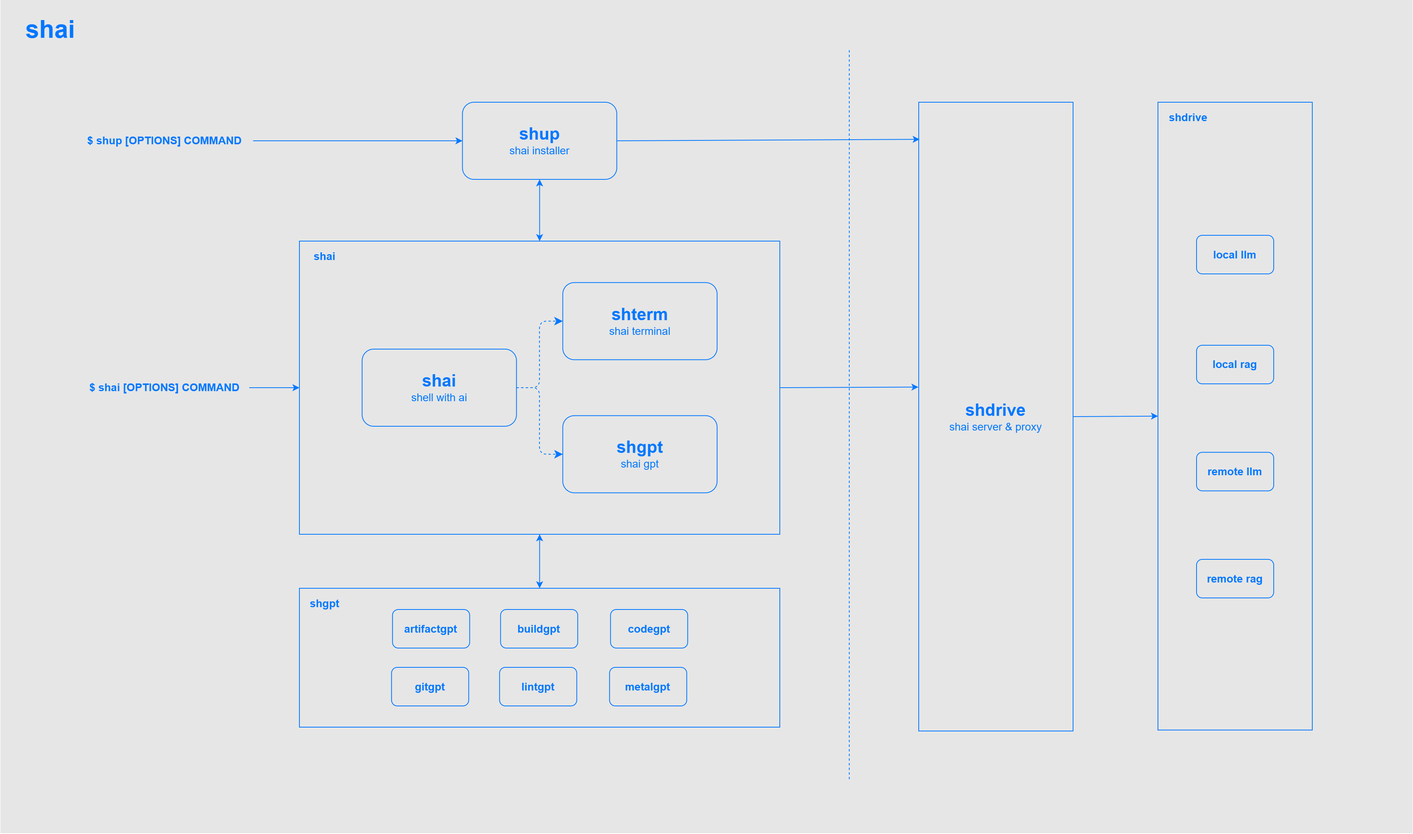
This is profile/arch.png from ai-flowx/.github, a draw.io export, as it was before one commit. Source tidied: cells renumbered, new cells last; positions are measured from the earlier drawing's top-left corner, leaving out a move shared by most shapes.
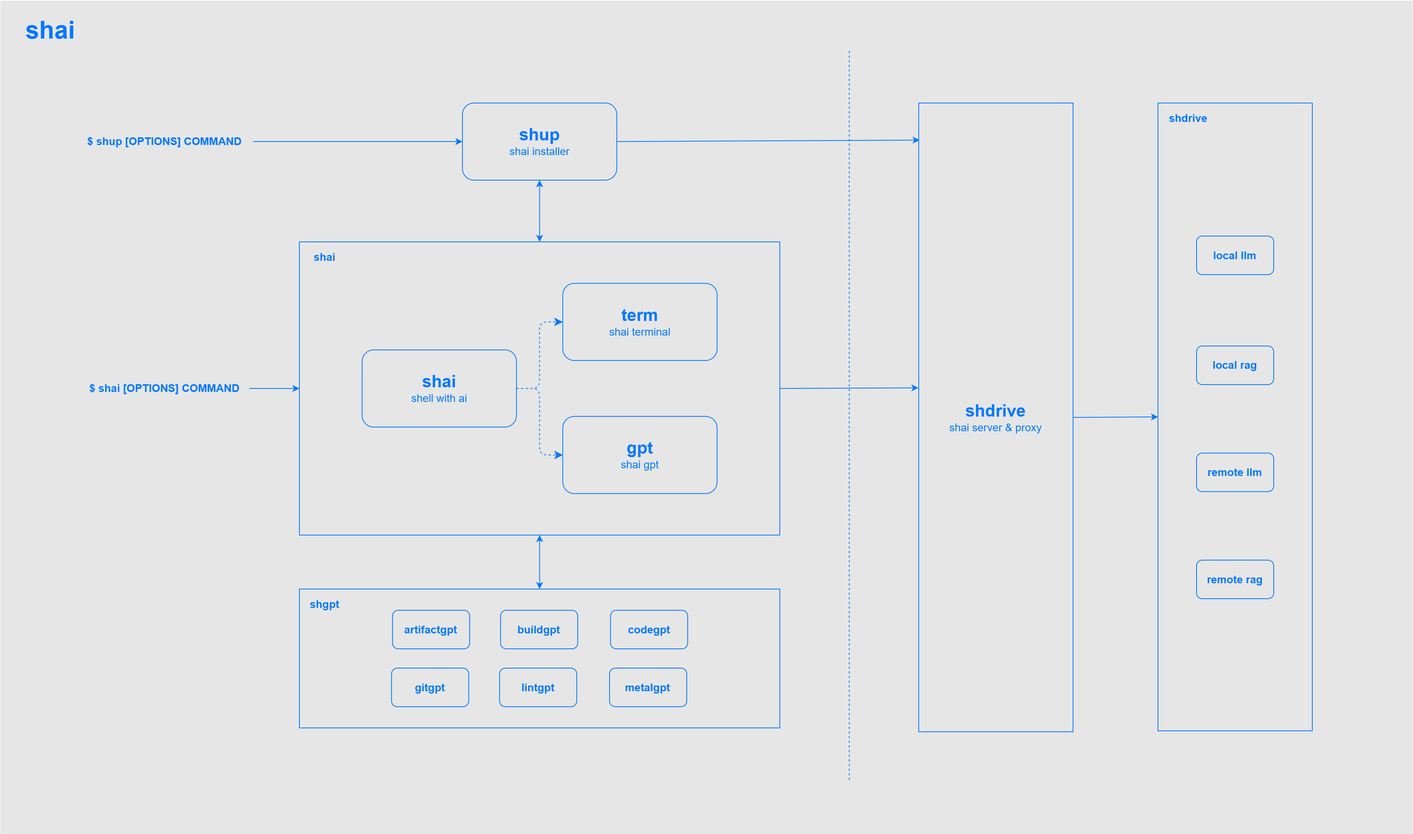
After the commit.

Commit message:
docs(profile): update arch files

The edit, as a diff of the source:
```diff
@@ -29,7 +29,7 @@
     <mxCell id="10" value="&lt;font color=&quot;#0077ff&quot; style=&quot;&quot;&gt;&lt;span style=&quot;font-weight: bold; font-size: 22px;&quot;&gt;shdrive&lt;/span&gt;&lt;br&gt;&lt;font style=&quot;font-size: 14px;&quot;&gt;shai server &amp;amp; proxy&lt;/font&gt;&lt;br&gt;&lt;/font&gt;" style="rounded=0;whiteSpace=wrap;html=1;strokeColor=#0077FF;fillColor=none;shadow=0;" parent="1" vertex="1">
       <mxGeometry x="1190" y="133" width="200" height="815" as="geometry" />
     </mxCell>
-    <mxCell id="11" value="&lt;span style=&quot;border-color: var(--border-color); color: rgb(0, 119, 255); font-weight: bold; font-size: 22px;&quot;&gt;shterm&lt;/span&gt;&lt;br style=&quot;border-color: var(--border-color); color: rgb(0, 119, 255);&quot;&gt;&lt;font style=&quot;border-color: var(--border-color); color: rgb(0, 119, 255); font-size: 14px;&quot;&gt;shai terminal&lt;/font&gt;&lt;font color=&quot;#0077ff&quot; style=&quot;&quot;&gt;&lt;br&gt;&lt;/font&gt;" style="rounded=1;whiteSpace=wrap;html=1;strokeColor=#0077FF;fillColor=none;shadow=0;" parent="1" vertex="1">
+    <mxCell id="11" value="&lt;span style=&quot;border-color: var(--border-color); color: rgb(0, 119, 255); font-weight: bold; font-size: 22px;&quot;&gt;term&lt;/span&gt;&lt;br style=&quot;border-color: var(--border-color); color: rgb(0, 119, 255);&quot;&gt;&lt;font style=&quot;border-color: var(--border-color); color: rgb(0, 119, 255); font-size: 14px;&quot;&gt;shai terminal&lt;/font&gt;&lt;font color=&quot;#0077ff&quot; style=&quot;&quot;&gt;&lt;br&gt;&lt;/font&gt;" style="rounded=1;whiteSpace=wrap;html=1;strokeColor=#0077FF;fillColor=none;shadow=0;" parent="1" vertex="1">
       <mxGeometry x="728.8" y="366.8" width="200" height="100" as="geometry" />
     </mxCell>
     <mxCell id="12" style="endArrow=classic;html=1;fontSize=14;fontColor=#0077FF;entryX=0;entryY=0.5;entryDx=0;entryDy=0;exitX=1;exitY=0.5;exitDx=0;exitDy=0;strokeColor=#0077FF;" parent="1" edge="1" source="7" target="9">
@@ -92,7 +92,7 @@
         <mxPoint x="1100" y="65.5" as="targetPoint" />
       </mxGeometry>
     </mxCell>
-    <mxCell id="31" value="&lt;font color=&quot;#0077ff&quot; style=&quot;&quot;&gt;&lt;span style=&quot;font-weight: bold; font-size: 22px;&quot;&gt;shgpt&lt;/span&gt;&lt;br&gt;&lt;font style=&quot;font-size: 14px;&quot;&gt;shai gpt&lt;/font&gt;&lt;br&gt;&lt;/font&gt;" style="rounded=1;whiteSpace=wrap;html=1;strokeColor=#0077FF;fillColor=none;shadow=0;" parent="1" vertex="1">
+    <mxCell id="31" value="&lt;font color=&quot;#0077ff&quot; style=&quot;&quot;&gt;&lt;span style=&quot;font-weight: bold; font-size: 22px;&quot;&gt;gpt&lt;/span&gt;&lt;br&gt;&lt;font style=&quot;font-size: 14px;&quot;&gt;shai gpt&lt;/font&gt;&lt;br&gt;&lt;/font&gt;" style="rounded=1;whiteSpace=wrap;html=1;strokeColor=#0077FF;fillColor=none;shadow=0;" parent="1" vertex="1">
       <mxGeometry x="728.8" y="539.2" width="200" height="100" as="geometry" />
     </mxCell>
     <mxCell id="32" style="edgeStyle=elbowEdgeStyle;elbow=horizontal;endArrow=classic;html=1;rounded=1;endSize=8;startSize=8;dashed=1;strokeColor=#0077FF;exitX=1;exitY=0.5;exitDx=0;exitDy=0;entryX=0;entryY=0.5;entryDx=0;entryDy=0;" parent="1" edge="1" source="5" target="11">
```
